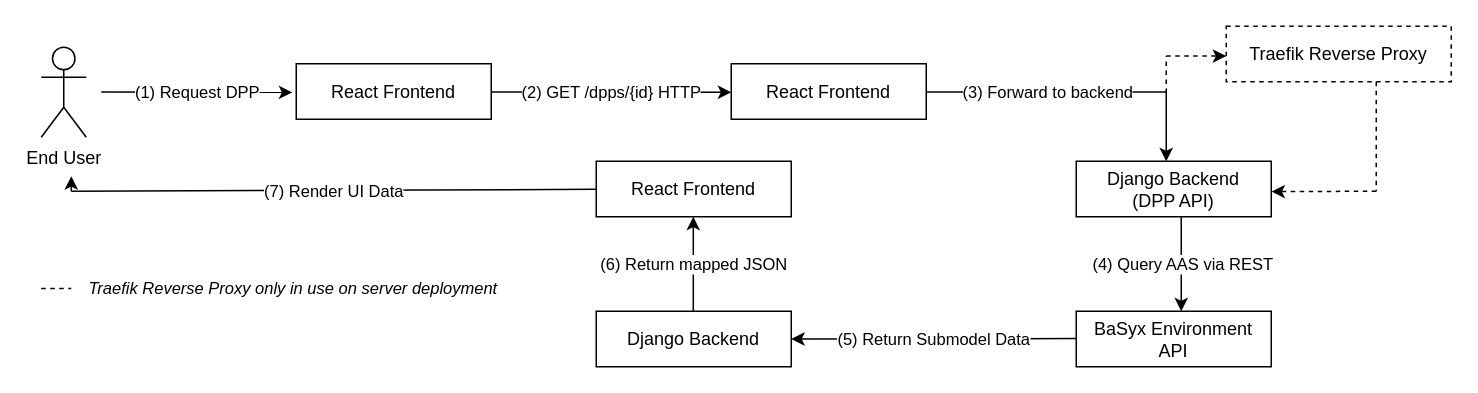
Earlier version of the draw.io diagram PROJECT/SAS/src/communication-diagram/TINF24F_SAS_Team_6_Communication-Diagram.drawio (DHBW-TINF24F/Team6-BaSyx-DPP-API). Source tidied: cells renumbered, new cells numbered last; positions are measured from the earlier drawing's top-left corner, leaving out a move shared by most shapes. Both pictures are drawn from the tidied source at 150%, with x=0, y=0 at pixel (40, 26).
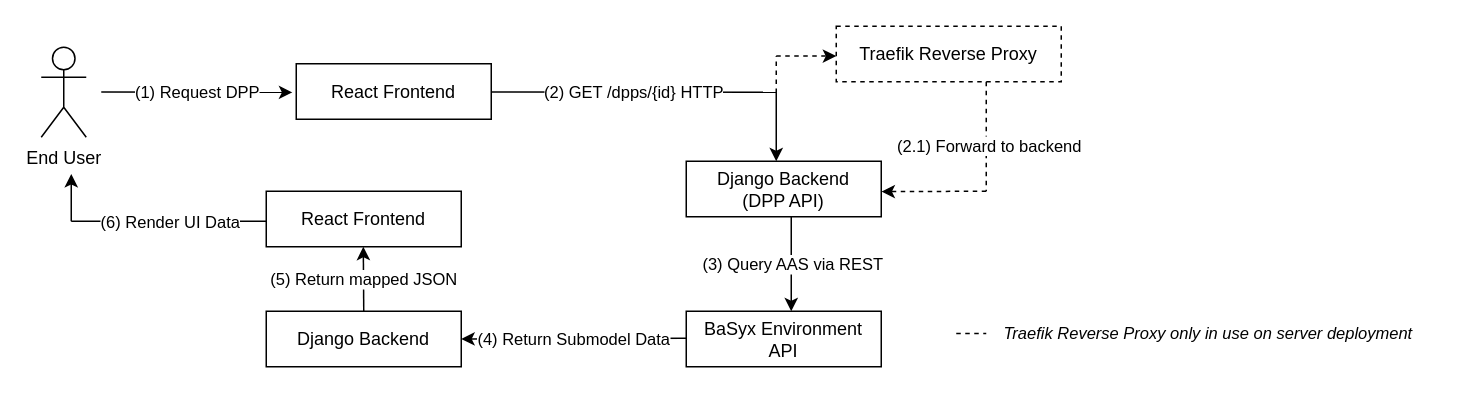
Above is the later version.

Commit message (it also covers changes not shown here):
fixed faulty communication diagram

Diff of the diagram source:
```diff
@@
-    <mxCell id="6" style="endArrow=classic;html=1;rounded=0;" parent="1" edge="1">
+    <mxCell id="6" style="endArrow=none;html=1;rounded=0;endFill=0;" parent="1" edge="1">
       <mxGeometry relative="1" as="geometry">
         <mxPoint x="300" y="43.8" as="sourcePoint" />
-        <mxPoint x="460" y="44" as="targetPoint" />
+        <mxPoint x="490" y="44" as="targetPoint" />
       </mxGeometry>
     </mxCell>
@@
-    <mxCell id="8" value="React Frontend" style="rounded=0;whiteSpace=wrap;html=1;" parent="1" vertex="1">
-      <mxGeometry x="460" y="25" width="130" height="37" as="geometry" />
-    </mxCell>
     <mxCell id="9" style="endArrow=none;dashed=1;html=1;rounded=0;" parent="1" edge="1">
       <mxGeometry relative="1" as="geometry">
-        <mxPoint x="750" y="44.5" as="sourcePoint" />
-        <mxPoint x="750" y="20" as="targetPoint" />
+        <mxPoint x="490" y="44.5" as="sourcePoint" />
+        <mxPoint x="490" y="20" as="targetPoint" />
       </mxGeometry>
     </mxCell>
     <mxCell id="10" style="endArrow=classic;dashed=1;html=1;rounded=0;endFill=1;" parent="1" edge="1">
       <mxGeometry relative="1" as="geometry">
-        <mxPoint x="750" y="19.9" as="sourcePoint" />
-        <mxPoint x="790" y="19.9" as="targetPoint" />
+        <mxPoint x="490" y="19.9" as="sourcePoint" />
+        <mxPoint x="530" y="19.9" as="targetPoint" />
       </mxGeometry>
     </mxCell>
     <mxCell id="11" style="endArrow=classic;html=1;rounded=0;" parent="1" edge="1">
       <mxGeometry relative="1" as="geometry">
-        <mxPoint x="750" y="44" as="sourcePoint" />
-        <mxPoint x="750" y="90" as="targetPoint" />
+        <mxPoint x="490" y="44" as="sourcePoint" />
+        <mxPoint x="490" y="90" as="targetPoint" />
       </mxGeometry>
     </mxCell>
     <mxCell id="12" value="Traefik Reverse Proxy" style="rounded=0;whiteSpace=wrap;html=1;dashed=1;" parent="1" vertex="1">
-      <mxGeometry x="790" width="150" height="37" as="geometry" />
+      <mxGeometry x="530" width="150" height="37" as="geometry" />
     </mxCell>
-    <mxCell id="13" style="endArrow=none;html=1;rounded=0;endFill=0;" parent="1" edge="1">
-      <mxGeometry relative="1" as="geometry">
-        <mxPoint x="590" y="43.9" as="sourcePoint" />
-        <mxPoint x="750" y="43.9" as="targetPoint" />
-      </mxGeometry>
-    </mxCell>
-    <mxCell id="14" value="(3) Forward to backend" style="edgeLabel;html=1;align=center;verticalAlign=middle;" parent="13" vertex="1">
-      <mxGeometry relative="1" as="geometry" />
-    </mxCell>
     <mxCell id="15" value="Django Backend&lt;div&gt;(DPP API)&lt;/div&gt;" style="rounded=0;whiteSpace=wrap;html=1;" parent="1" vertex="1">
-      <mxGeometry x="690" y="90" width="130" height="37" as="geometry" />
+      <mxGeometry x="430" y="90" width="130" height="37" as="geometry" />
     </mxCell>
     <mxCell id="16" style="endArrow=none;html=1;rounded=0;exitX=0.16;exitY=0.977;exitDx=0;exitDy=0;exitPerimeter=0;dashed=1;endFill=0;" parent="1" edge="1">
       <mxGeometry relative="1" as="geometry">
-        <mxPoint x="890" y="37" as="sourcePoint" />
-        <mxPoint x="890" y="110" as="targetPoint" />
+        <mxPoint x="630" y="37" as="sourcePoint" />
+        <mxPoint x="630" y="110" as="targetPoint" />
       </mxGeometry>
     </mxCell>
+    <mxCell id="34" value="(2.1) Forward to backend" style="edgeLabel;html=1;align=center;verticalAlign=middle;" parent="16" vertex="1">
+      <mxGeometry x="0.15" y="1" relative="1" as="geometry" />
+    </mxCell>
     <mxCell id="17" style="endArrow=classic;html=1;rounded=0;dashed=1;endFill=1;entryX=1.001;entryY=0.547;entryDx=0;entryDy=0;entryPerimeter=0;" parent="1" edge="1" target="15">
       <mxGeometry relative="1" as="geometry">
-        <mxPoint x="890" y="110" as="sourcePoint" />
+        <mxPoint x="630" y="110" as="sourcePoint" />
       </mxGeometry>
     </mxCell>
     <mxCell id="18" value="BaSyx Environment&lt;div&gt;API&lt;/div&gt;" style="rounded=0;whiteSpace=wrap;html=1;" parent="1" vertex="1">
-      <mxGeometry x="690" y="190" width="130" height="37" as="geometry" />
+      <mxGeometry x="430" y="190" width="130" height="37" as="geometry" />
     </mxCell>
     <mxCell id="19" style="endArrow=none;html=1;rounded=0;startArrow=classic;startFill=1;endFill=0;" parent="1" edge="1">
       <mxGeometry relative="1" as="geometry">
-        <mxPoint x="760" y="190" as="sourcePoint" />
-        <mxPoint x="760" y="127" as="targetPoint" />
+        <mxPoint x="500" y="190" as="sourcePoint" />
+        <mxPoint x="500" y="127" as="targetPoint" />
       </mxGeometry>
     </mxCell>
-    <mxCell id="20" value="(4) Query AAS via REST" style="edgeLabel;html=1;align=center;verticalAlign=middle;" parent="19" vertex="1">
+    <mxCell id="20" value="(3) Query AAS via REST" style="edgeLabel;html=1;align=center;verticalAlign=middle;" parent="19" vertex="1">
       <mxGeometry relative="1" as="geometry" />
     </mxCell>
     <mxCell id="21" style="endArrow=none;html=1;rounded=0;startArrow=classic;startFill=1;endFill=0;exitX=1;exitY=0.5;exitDx=0;exitDy=0;" parent="1" edge="1" source="23">
       <mxGeometry relative="1" as="geometry">
-        <mxPoint x="690" y="208.2" as="targetPoint" />
+        <mxPoint x="430" y="208" as="targetPoint" />
       </mxGeometry>
     </mxCell>
-    <mxCell id="22" value="(5) Return Submodel Data" style="edgeLabel;html=1;align=center;verticalAlign=middle;" parent="21" vertex="1">
+    <mxCell id="22" value="(4) Return Submodel Data" style="edgeLabel;html=1;align=center;verticalAlign=middle;" parent="21" vertex="1">
       <mxGeometry relative="1" as="geometry" />
     </mxCell>
     <mxCell id="23" value="Django Backend" style="rounded=0;whiteSpace=wrap;html=1;" parent="1" vertex="1">
-      <mxGeometry x="370" y="190" width="130" height="37" as="geometry" />
+      <mxGeometry x="150" y="190" width="130" height="37" as="geometry" />
     </mxCell>
     <mxCell id="24" style="endArrow=classic;html=1;rounded=0;startArrow=none;startFill=0;endFill=1;" parent="1" edge="1">
       <mxGeometry relative="1" as="geometry">
-        <mxPoint x="434.7" y="190" as="sourcePoint" />
-        <mxPoint x="434.7" y="127" as="targetPoint" />
+        <mxPoint x="215" y="190" as="sourcePoint" />
+        <mxPoint x="214.7" y="147" as="targetPoint" />
       </mxGeometry>
     </mxCell>
-    <mxCell id="25" value="(6) Return mapped JSON" style="edgeLabel;html=1;align=center;verticalAlign=middle;" parent="24" vertex="1">
+    <mxCell id="25" value="(5) Return mapped JSON" style="edgeLabel;html=1;align=center;verticalAlign=middle;" parent="24" vertex="1">
       <mxGeometry relative="1" as="geometry" />
     </mxCell>
-    <mxCell id="26" style="endArrow=none;html=1;rounded=0;startArrow=classic;startFill=1;endFill=0;" parent="1" edge="1" source="29">
-      <mxGeometry relative="1" as="geometry">
-        <mxPoint x="400" y="108.3" as="targetPoint" />
-      </mxGeometry>
-    </mxCell>
-    <mxCell id="27" style="endArrow=none;html=1;rounded=0;startArrow=none;startFill=0;endFill=0;" parent="1" edge="1" target="29">
+    <mxCell id="27" style="endArrow=none;html=1;rounded=0;startArrow=none;startFill=0;endFill=0;" parent="1" edge="1">
       <mxGeometry relative="1" as="geometry">
-        <mxPoint x="20" y="110" as="sourcePoint" />
+        <mxPoint x="20" y="130" as="sourcePoint" />
+        <mxPoint x="150" y="130" as="targetPoint" />
       </mxGeometry>
     </mxCell>
-    <mxCell id="28" value="(7) Render UI Data" style="edgeLabel;html=1;align=center;verticalAlign=middle;" parent="27" vertex="1">
+    <mxCell id="28" value="(6) Render UI Data" style="edgeLabel;html=1;align=center;verticalAlign=middle;" parent="27" vertex="1">
       <mxGeometry relative="1" as="geometry" />
     </mxCell>
     <mxCell id="29" value="React Frontend" style="rounded=0;whiteSpace=wrap;html=1;" parent="1" vertex="1">
-      <mxGeometry x="370" y="90" width="130" height="37" as="geometry" />
+      <mxGeometry x="150" y="110" width="130" height="37" as="geometry" />
     </mxCell>
-    <mxCell id="30" style="endArrow=classic;html=1;rounded=0;startArrow=none;startFill=0;endFill=1;" parent="1" edge="1">
-      <mxGeometry relative="1" as="geometry">
-        <mxPoint x="20" y="110" as="sourcePoint" />
-        <mxPoint x="20" y="100" as="targetPoint" />
-      </mxGeometry>
-    </mxCell>
     <mxCell id="31" style="group;" parent="1" vertex="1">
-      <mxGeometry y="160" width="320" height="30" as="geometry" />
+      <mxGeometry x="610" y="190" width="320" height="30" as="geometry" />
     </mxCell>
@@
+    <mxCell id="35" style="endArrow=none;html=1;rounded=0;startArrow=classic;startFill=1;" parent="1" edge="1">
+      <mxGeometry relative="1" as="geometry">
+        <mxPoint x="20" y="98.5" as="sourcePoint" />
+        <mxPoint x="20" y="130" as="targetPoint" />
+      </mxGeometry>
+    </mxCell>
```
